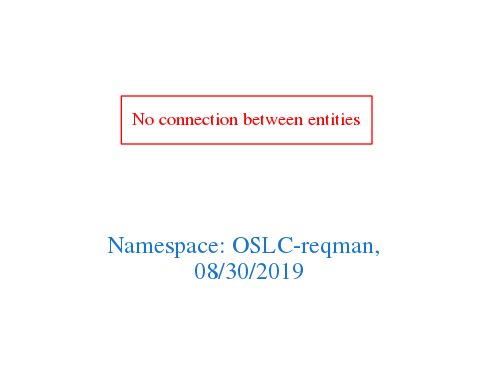
The Graphviz diagram downloads/OSLC-reqman.png in arago/OGIT, before a commit. Its source is kept beside it as downloads/OSLC-reqman.dot.
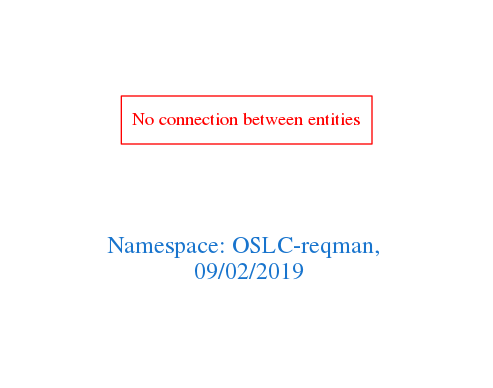
The same diagram one commit later.

Change to the diagram source:
```diff
@@ -1,7 +1,7 @@
 digraph OGIT_ontology {
  graph [ rankdir= LR,pad=1
 fontsize = 18,
-fontcolor= dodgerblue3,label = "\n\n\nNamespace: OSLC-reqman, \n 08/30/2019"];
+fontcolor= dodgerblue3,label = "\n\n\nNamespace: OSLC-reqman, \n 09/02/2019"];
 node[shape=polygon];
 edge [  color="gray81"];
 
```
